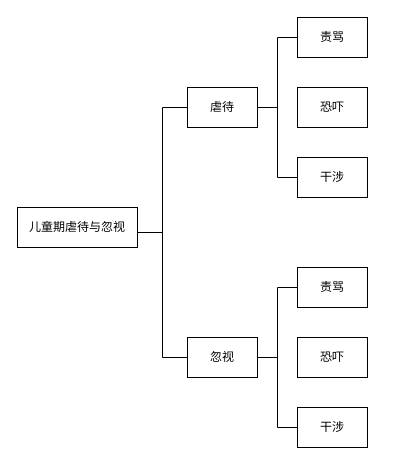
Above: 儿童期虐待（国内）.drawio in Youshie7/First-Pull-Requests (draw.io), before the change. Source tidied: cells renumbered, new cells numbered last; positions are measured from the earlier drawing's top-left corner, leaving out a move shared by most shapes. Both pictures are drawn from the tidied source at 100%, with x=0, y=0 at pixel (17, 17).
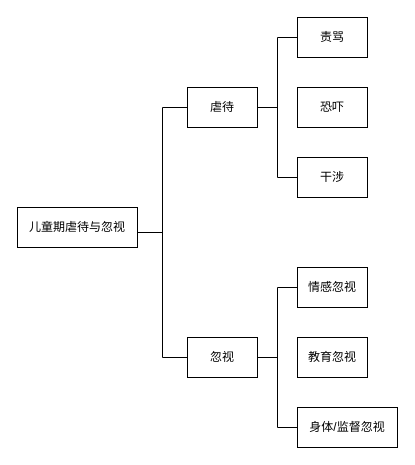
After the change.

Commit message (it also covers changes not shown here):
Update 儿童期虐待（国内）.drawio

What changed in the source:
```diff
@@
 <mxGraphModel>
   <root>
     <mxCell id="0" />
     <mxCell id="1" parent="0" />
     <mxCell id="2" value="儿童期虐待与忽视" style="whiteSpace=wrap;html=1;" parent="1" vertex="1">
       <mxGeometry y="190" width="120" height="40" as="geometry" />
     </mxCell>
     <mxCell id="3" value="虐待" style="whiteSpace=wrap;html=1;" parent="1" vertex="1">
       <mxGeometry x="170" y="70" width="70" height="40" as="geometry" />
     </mxCell>
     <mxCell id="4" value="忽视" style="whiteSpace=wrap;html=1;" parent="1" vertex="1">
       <mxGeometry x="170" y="320" width="70" height="40" as="geometry" />
     </mxCell>
     <mxCell id="5" value="干涉" style="whiteSpace=wrap;html=1;" parent="1" vertex="1">
       <mxGeometry x="280" y="140" width="70" height="40" as="geometry" />
     </mxCell>
     <mxCell id="6" value="恐吓" style="whiteSpace=wrap;html=1;" parent="1" vertex="1">
       <mxGeometry x="280" y="70" width="70" height="40" as="geometry" />
     </mxCell>
     <mxCell id="7" value="责骂" style="whiteSpace=wrap;html=1;" parent="1" vertex="1">
       <mxGeometry x="280" width="70" height="40" as="geometry" />
     </mxCell>
-    <mxCell id="8" value="干涉" style="whiteSpace=wrap;html=1;" parent="1" vertex="1">
-      <mxGeometry x="280" y="390" width="70" height="40" as="geometry" />
+    <mxCell id="8" value="身体/监督忽视" style="whiteSpace=wrap;html=1;" parent="1" vertex="1">
+      <mxGeometry x="280" y="390" width="100" height="40" as="geometry" />
     </mxCell>
-    <mxCell id="9" value="恐吓" style="whiteSpace=wrap;html=1;" parent="1" vertex="1">
+    <mxCell id="9" value="教育忽视" style="whiteSpace=wrap;html=1;" parent="1" vertex="1">
       <mxGeometry x="280" y="320" width="70" height="40" as="geometry" />
     </mxCell>
-    <mxCell id="10" value="责骂" style="whiteSpace=wrap;html=1;" parent="1" vertex="1">
+    <mxCell id="10" value="情感忽视" style="whiteSpace=wrap;html=1;" parent="1" vertex="1">
       <mxGeometry x="280" y="250" width="70" height="40" as="geometry" />
     </mxCell>
     <mxCell id="11" style="strokeWidth=1;html=1;shape=mxgraph.flowchart.annotation_2;align=left;labelPosition=right;" parent="1" vertex="1">
       <mxGeometry x="120" y="90" width="50" height="250" as="geometry" />
     </mxCell>
     <mxCell id="12" style="strokeWidth=1;html=1;shape=mxgraph.flowchart.annotation_2;align=left;labelPosition=right;" parent="1" vertex="1">
       <mxGeometry x="240" y="20" width="40" height="140" as="geometry" />
     </mxCell>
     <mxCell id="13" style="strokeWidth=1;html=1;shape=mxgraph.flowchart.annotation_2;align=left;labelPosition=right;" parent="1" vertex="1">
       <mxGeometry x="240" y="270" width="40" height="140" as="geometry" />
     </mxCell>
   </root>
 </mxGraphModel>
```
